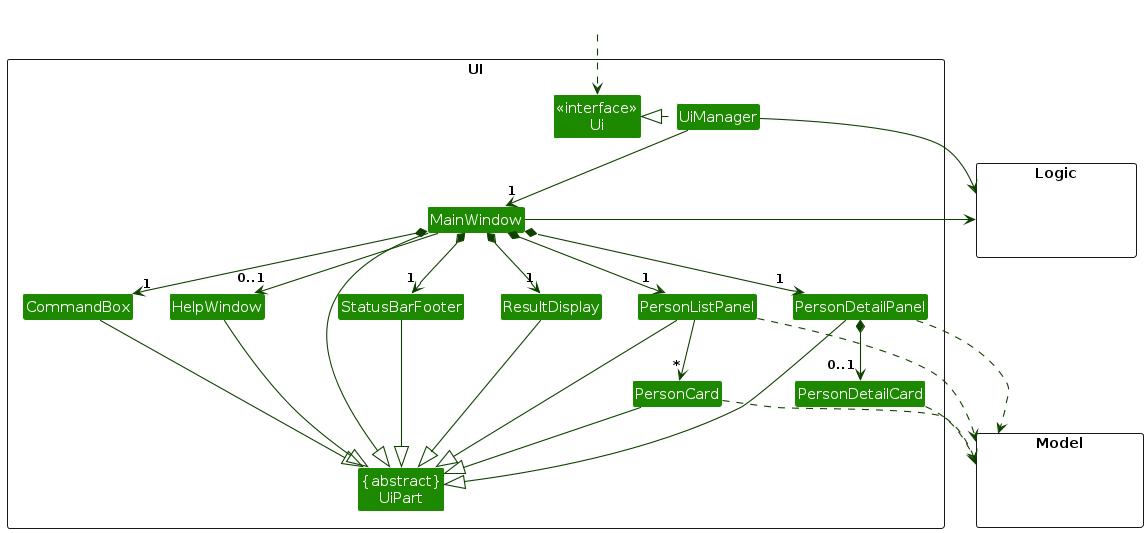
Before: diagrams/UiClassDiagram.png, a diagram exported from PlantUML (AY2526S2-CS2103-F09-4/tp). Its source is kept beside it as diagrams/UiClassDiagram.puml.
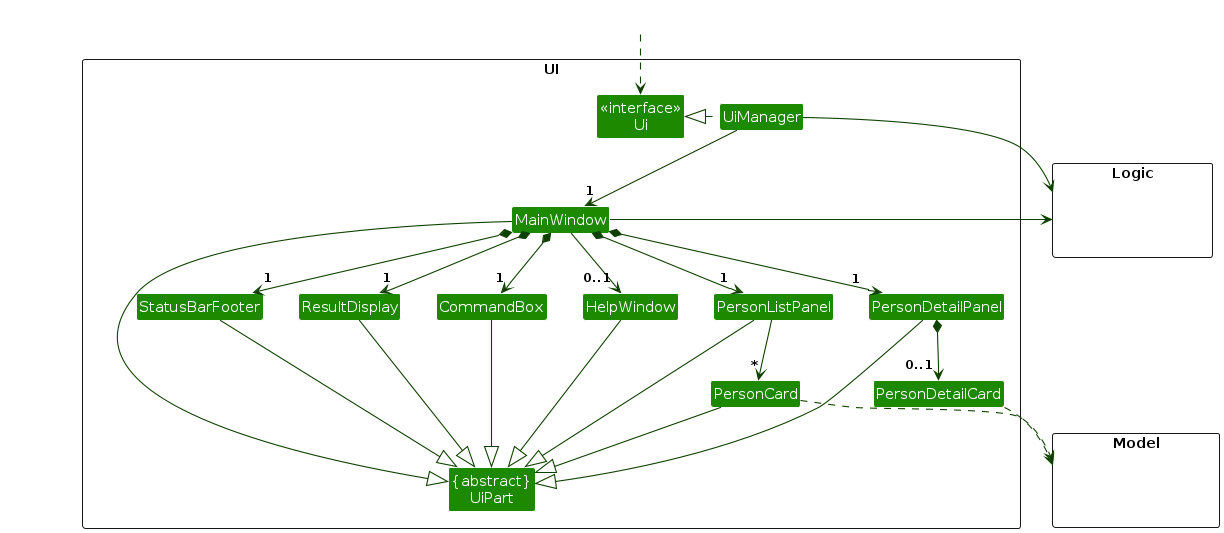
The same diagram one commit later.

What changed in the source:
```diff
@@ -54,8 +54,6 @@
 PersonDetailPanel --|> UiPart
 
 PersonCard ..> Model
-PersonListPanel ..> Model
-PersonDetailPanel ..> Model
 PersonDetailCard ..> Model
 UiManager -right-> Logic
 MainWindow -left-> Logic
```
